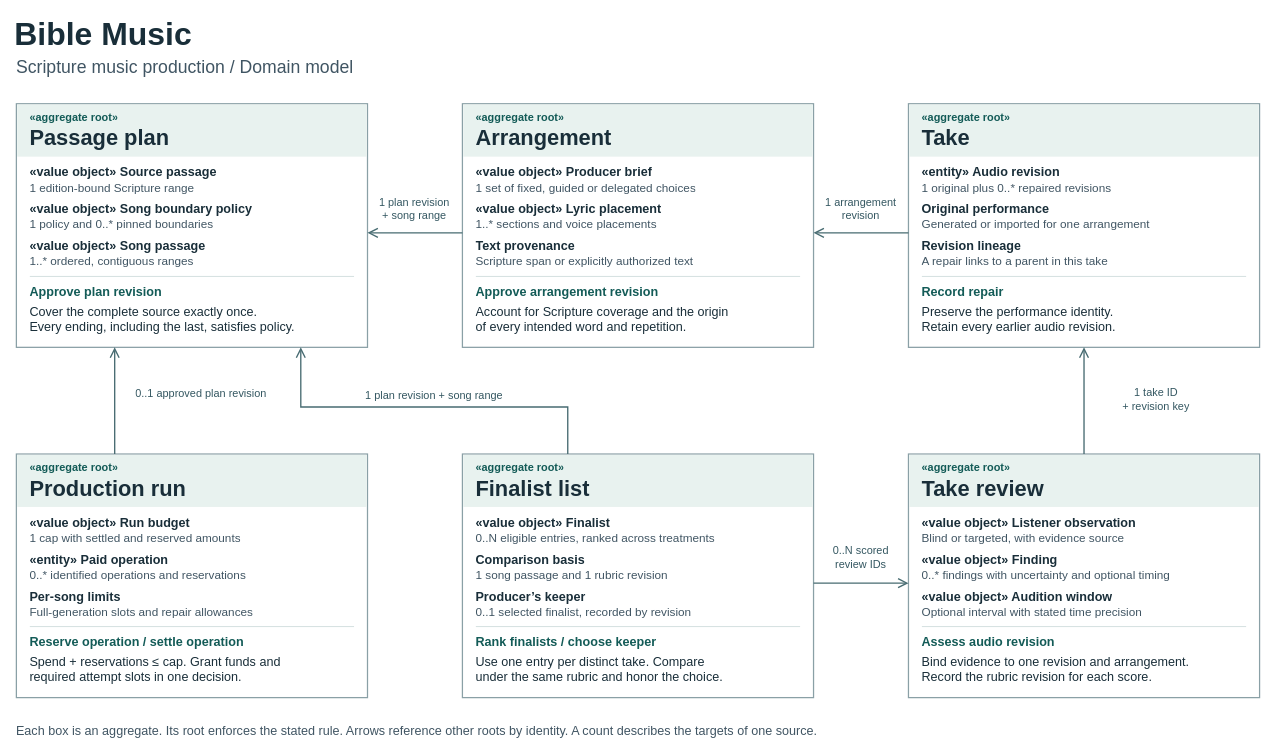
SirSkaro/bible-to-music keeps this draw.io diagram as docs/domain/domain-model.drawio. Above is the earlier version. Source tidied: cells renumbered, new cells numbered last; positions are measured from the earlier drawing's top-left corner, leaving out a move shared by most shapes. Both pictures are drawn from the tidied source at 84%, with x=0, y=0 at pixel (14, 14).
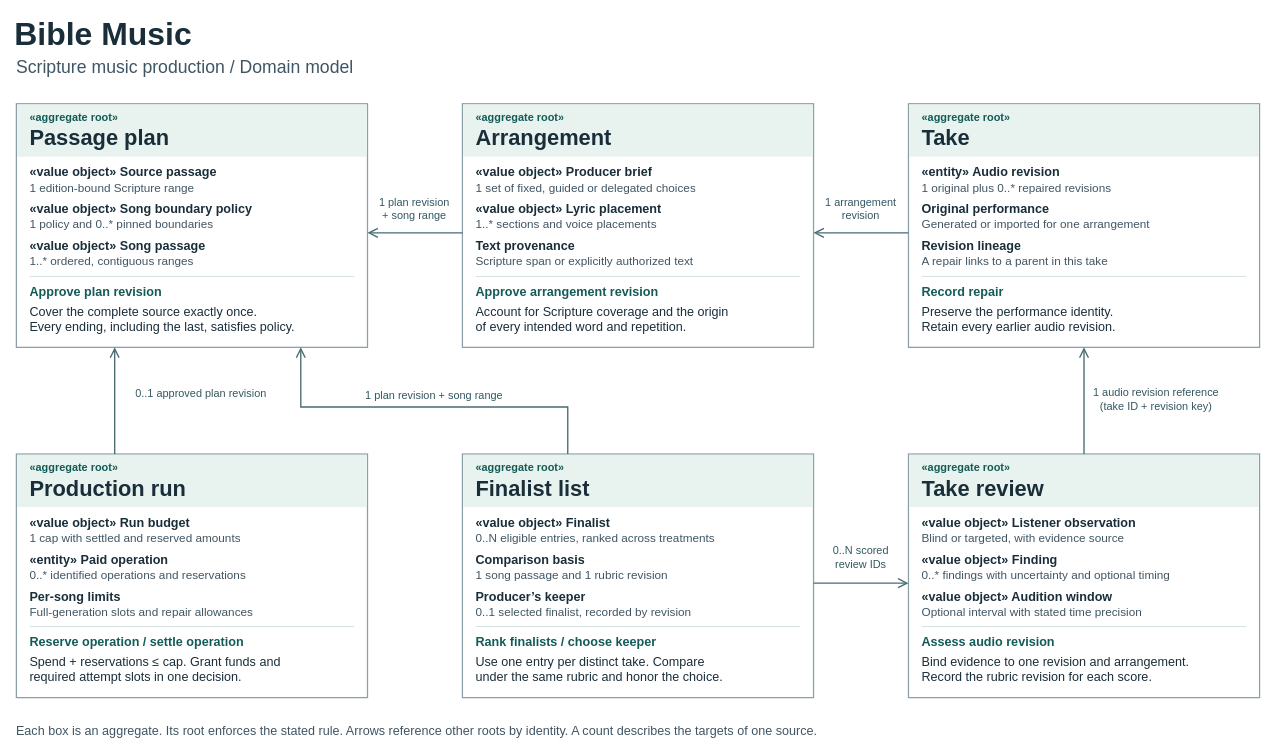
After the change.

Change to the diagram source:
```diff
@@
-    <mxCell id="89" value="1 take ID&#10;+ revision key" style="text;html=0;strokeColor=none;fillColor=none;align=left;verticalAlign=middle;whiteSpace=wrap;overflow=hidden;spacing=0;spacingLeft=0;spacingRight=0;fontFamily=Helvetica;fontColor=#345761;fontSize=13;fontStyle=0;align=center;fillColor=#FFFFFF;" parent="1" vertex="1">
+    <mxCell id="89" value="1 audio revision reference&#10;(take ID + revision key)" style="text;html=0;strokeColor=none;fillColor=none;align=left;verticalAlign=middle;whiteSpace=wrap;overflow=hidden;spacing=0;spacingLeft=0;spacingRight=0;fontFamily=Helvetica;fontColor=#345761;fontSize=13;fontStyle=0;align=center;fillColor=#FFFFFF;" parent="1" vertex="1">
       <mxGeometry x="1284" y="439" width="150" height="38" as="geometry" />
     </mxCell>
```
